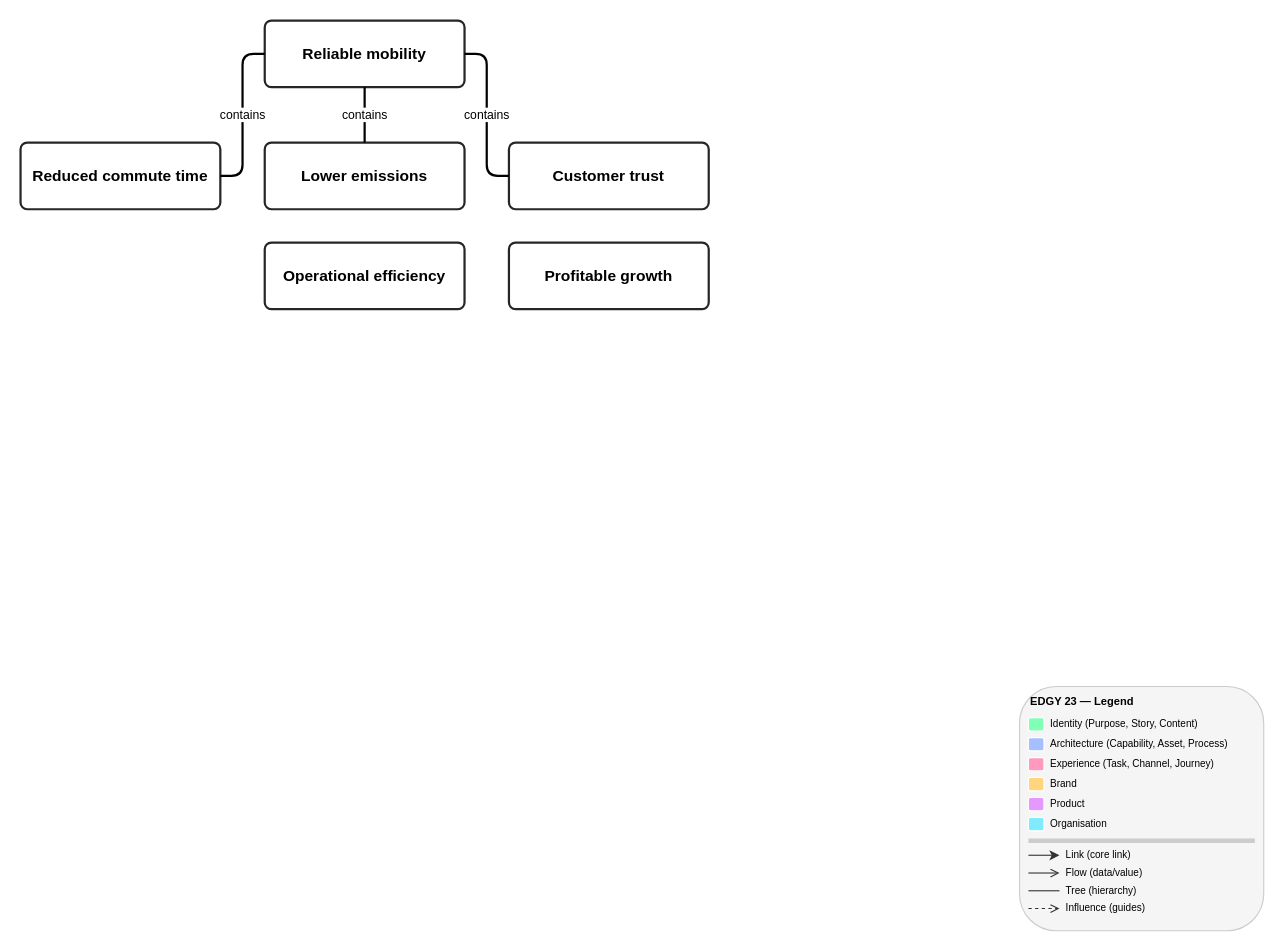
This is skills/documentation/edgy-diagram/examples/expected-outcome.drawio from Rahola/edgy-skills, a draw.io file, before an edit. Source tidied: cells renumbered, new cells numbered last; positions are measured from the earlier drawing's top-left corner, leaving out a move shared by most shapes. Both pictures are drawn from the tidied source at 111%, with x=0, y=0 at pixel (20, 20).
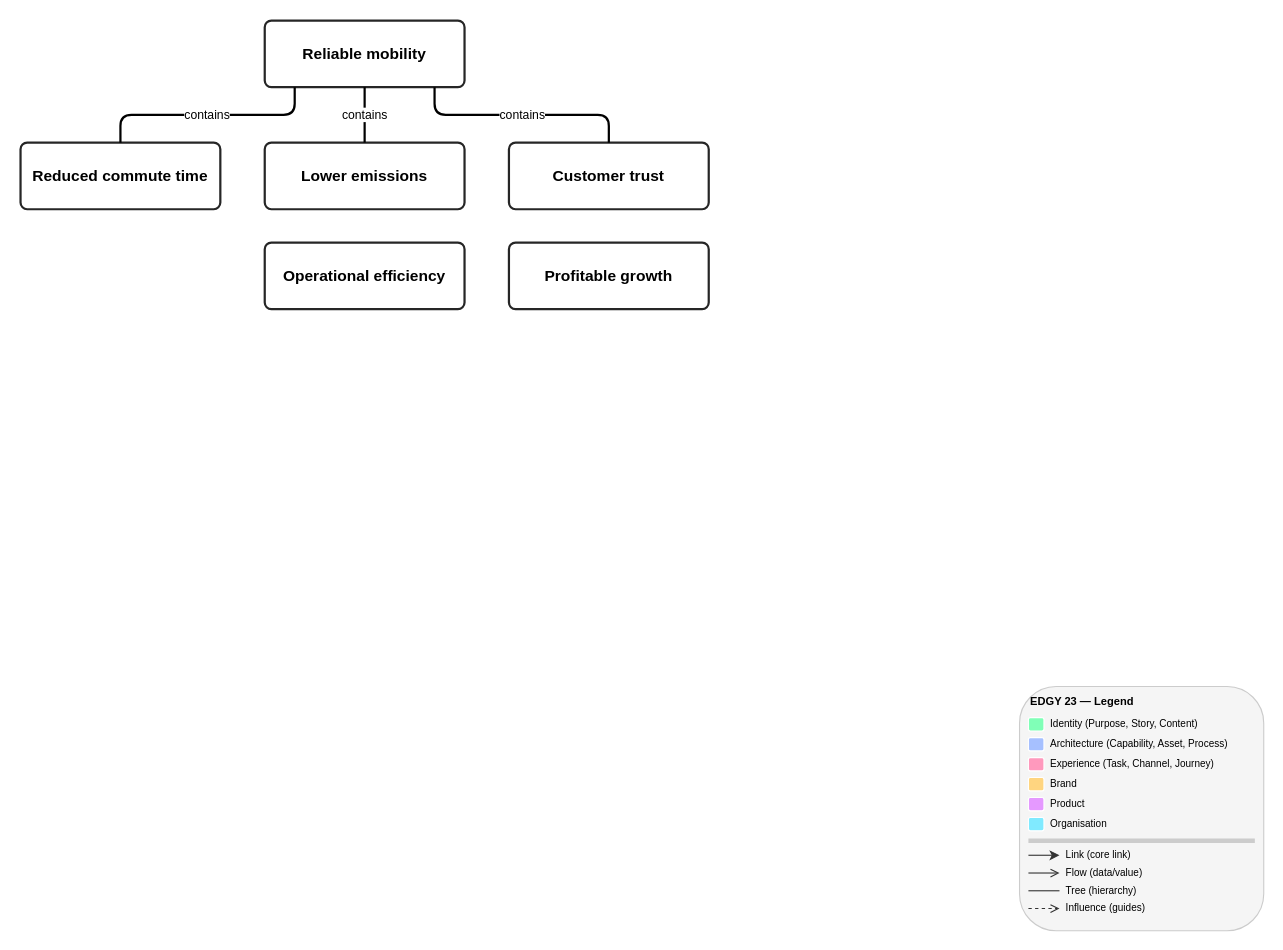
After the change.

Unchanged cells that the change refers to:
```xml
<mxCell id="2" value="Reliable mobility" style="rounded=1;whiteSpace=wrap;html=1;fillColor=#ffffff;strokeColor=#262626;strokeWidth=2;arcSize=10;verticalAlign=middle;fontStyle=1;fontSize=14;" parent="1" vertex="1">
  <mxGeometry x="220" width="180" height="60" as="geometry" />
</mxCell>
<mxCell id="3" value="Reduced commute time" style="rounded=1;whiteSpace=wrap;html=1;fillColor=#ffffff;strokeColor=#262626;strokeWidth=2;arcSize=10;verticalAlign=middle;fontStyle=1;fontSize=14;" parent="1" vertex="1">
  <mxGeometry y="110" width="180" height="60" as="geometry" />
</mxCell>
<mxCell id="5" value="Customer trust" style="rounded=1;whiteSpace=wrap;html=1;fillColor=#ffffff;strokeColor=#262626;strokeWidth=2;arcSize=10;verticalAlign=middle;fontStyle=1;fontSize=14;" parent="1" vertex="1">
  <mxGeometry x="440" y="110" width="180" height="60" as="geometry" />
</mxCell>
```

The edit, as a diff of the source:
```diff
@@
-    <mxCell id="8" value="contains" style="edgeStyle=orthogonalEdgeStyle;rounded=1;strokeWidth=2;fontSize=11;html=1;jumpStyle=arc;jumpSize=8;labelBackgroundColor=#ffffff;labelBorderColor=none;endArrow=none;exitX=0.0;exitY=0.5;exitDx=0;exitDy=0;entryX=1.0;entryY=0.5;entryDx=0;entryDy=0;" parent="1" edge="1" source="2" target="3">
+    <mxCell id="8" value="contains" style="edgeStyle=orthogonalEdgeStyle;rounded=1;strokeWidth=2;fontSize=11;html=1;jumpStyle=arc;jumpSize=8;labelBackgroundColor=#ffffff;labelBorderColor=none;endArrow=none;exitX=0.15;exitY=1.0;exitDx=0;exitDy=0;entryX=0.5;entryY=0.0;entryDx=0;entryDy=0;" parent="1" edge="1" source="2" target="3">
       <mxGeometry relative="1" as="geometry" />
     </mxCell>
@@
-    <mxCell id="10" value="contains" style="edgeStyle=orthogonalEdgeStyle;rounded=1;strokeWidth=2;fontSize=11;html=1;jumpStyle=arc;jumpSize=8;labelBackgroundColor=#ffffff;labelBorderColor=none;endArrow=none;exitX=1.0;exitY=0.5;exitDx=0;exitDy=0;entryX=0.0;entryY=0.5;entryDx=0;entryDy=0;" parent="1" edge="1" source="2" target="5">
+    <mxCell id="10" value="contains" style="edgeStyle=orthogonalEdgeStyle;rounded=1;strokeWidth=2;fontSize=11;html=1;jumpStyle=arc;jumpSize=8;labelBackgroundColor=#ffffff;labelBorderColor=none;endArrow=none;exitX=0.85;exitY=1.0;exitDx=0;exitDy=0;entryX=0.5;entryY=0.0;entryDx=0;entryDy=0;" parent="1" edge="1" source="2" target="5">
       <mxGeometry relative="1" as="geometry" />
     </mxCell>
```
